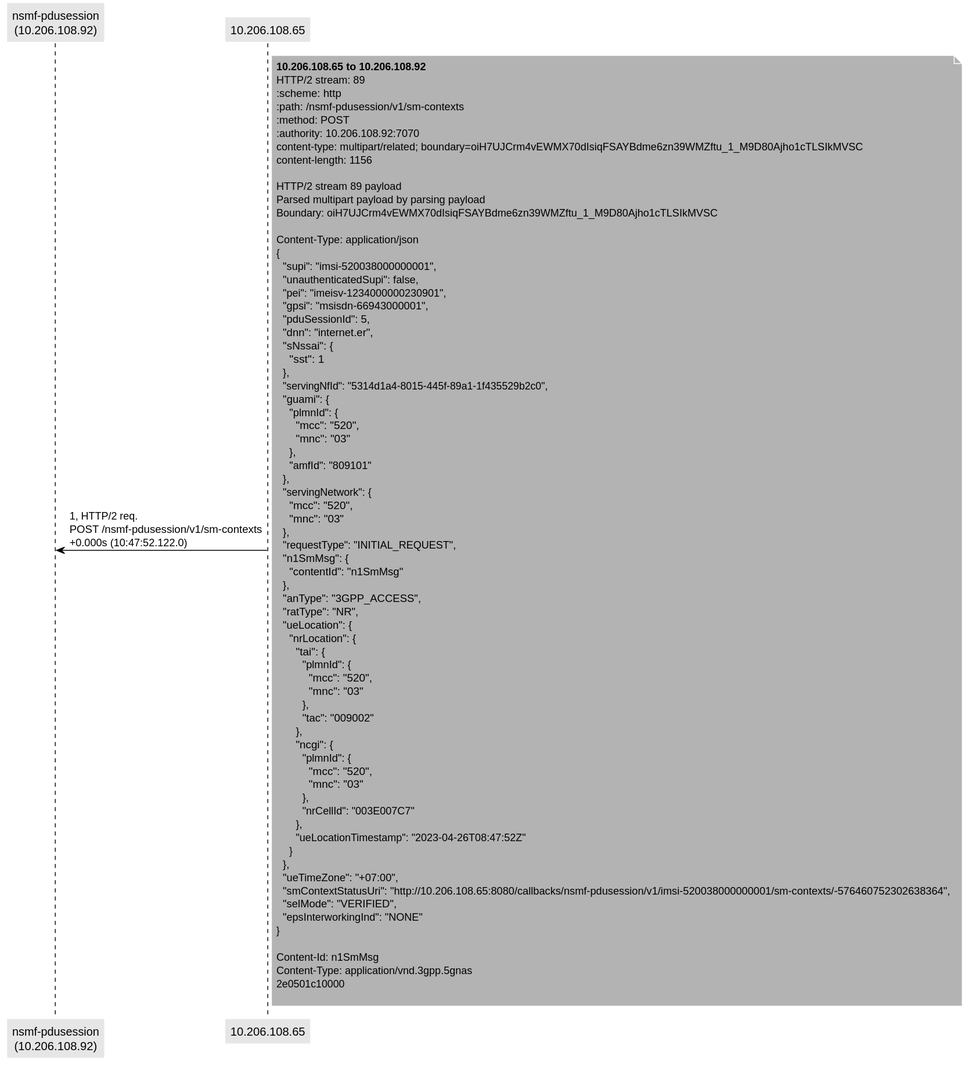
telekom/5g-trace-visualizer keeps this PlantUML diagram as doc/examples/one_packet_4.0.5.svg. Above is the earlier version.
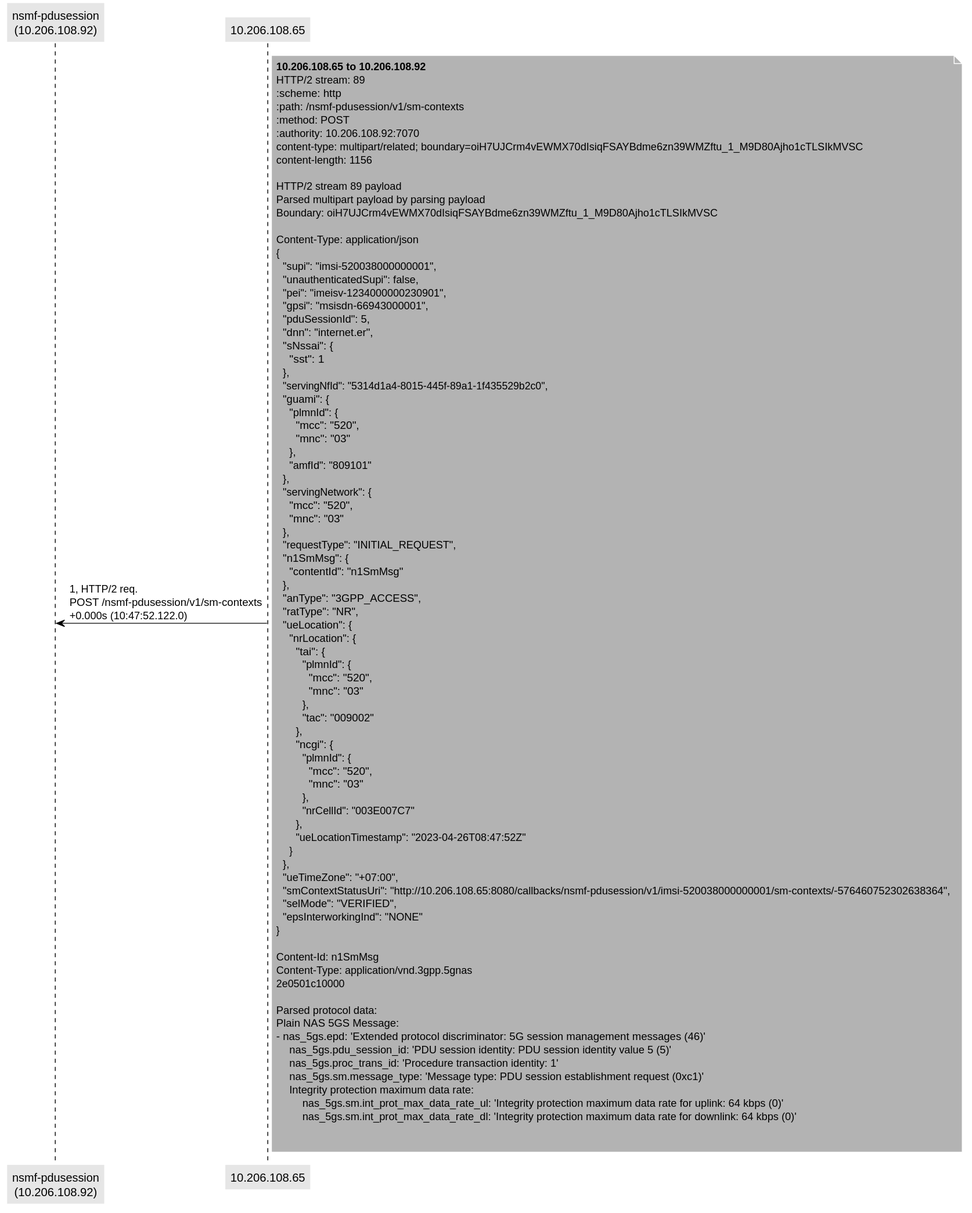
Above is the later version.

The edit, as a diff of the source:
```diff
@@ -85,6 +85,17 @@
 Content-Type: application/vnd.3gpp.5gnas
 2e0501c10000
 
+Parsed protocol data:
+Plain NAS 5GS Message:
+-   nas_5gs.epd: 'Extended protocol discriminator: 5G session management messages (46)'
+    nas_5gs.pdu_session_id: 'PDU session identity: PDU session identity value 5 (5)'
+    nas_5gs.proc_trans_id: 'Procedure transaction identity: 1'
+    nas_5gs.sm.message_type: 'Message type: PDU session establishment request (0xc1)'
+    Integrity protection maximum data rate:
+        nas_5gs.sm.int_prot_max_data_rate_ul: 'Integrity protection maximum data rate for uplink: 64 kbps (0)'
+        nas_5gs.sm.int_prot_max_data_rate_dl: 'Integrity protection maximum data rate for downlink: 64 kbps (0)'
+
+
 end note
 
 @enduml
```
